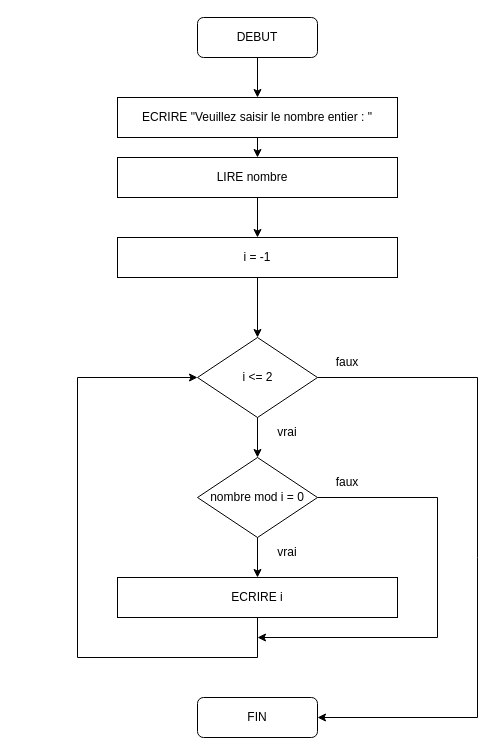
Earlier version of the draw.io diagram 01 ALGORITHMIQUE/3.4 Recherche des diviseurs d'un nombre.drawio (D-CRAVO/FORMATION-DWWM-2022). Source tidied: cells renumbered, new cells numbered last; positions are measured from the earlier drawing's top-left corner, leaving out a move shared by most shapes. Both pictures are drawn from the tidied source at 100%, with x=0, y=0 at pixel (77, 17).
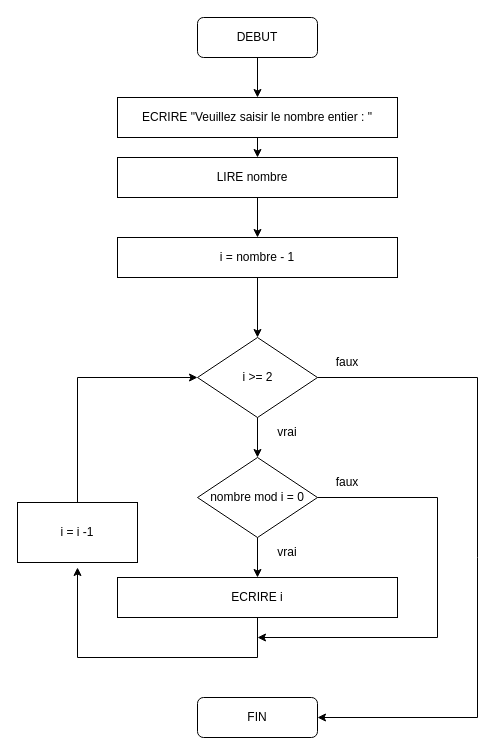
The same diagram, later.

Unchanged cells that the change refers to:
```xml
<mxCell id="12" style="rhombus;whiteSpace=wrap;html=1;fillColor=none;" parent="1" vertex="1">
  <mxGeometry x="120" y="320" width="120" height="80" as="geometry" />
</mxCell>
<mxCell id="22" style="rounded=0;whiteSpace=wrap;html=1;fillColor=none;" parent="1" vertex="1">
  <mxGeometry x="40" y="560" width="280" height="40" as="geometry" />
</mxCell>
```

What changed in the source:
```diff
@@
-    <mxCell id="15" value="i = -1" style="text;html=1;strokeColor=none;fillColor=none;align=center;verticalAlign=middle;whiteSpace=wrap;rounded=0;" parent="1" vertex="1">
-      <mxGeometry x="150" y="230" width="60" height="20" as="geometry" />
+    <mxCell id="15" value="i = nombre - 1" style="text;html=1;strokeColor=none;fillColor=none;align=center;verticalAlign=middle;whiteSpace=wrap;rounded=0;" parent="1" vertex="1">
+      <mxGeometry x="120" y="230" width="120" height="20" as="geometry" />
     </mxCell>
-    <mxCell id="16" value="i &amp;lt;= 2" style="text;html=1;strokeColor=none;fillColor=none;align=center;verticalAlign=middle;whiteSpace=wrap;rounded=0;" parent="1" vertex="1">
+    <mxCell id="16" value="i &amp;gt;= 2" style="text;html=1;strokeColor=none;fillColor=none;align=center;verticalAlign=middle;whiteSpace=wrap;rounded=0;" parent="1" vertex="1">
       <mxGeometry x="142.5" y="345" width="75" height="30" as="geometry" />
     </mxCell>
@@
-    <mxCell id="27" style="endArrow=classic;html=1;rounded=0;entryX=0;entryY=0.5;entryDx=0;entryDy=0;exitX=0.5;exitY=1;exitDx=0;exitDy=0;" parent="1" edge="1" source="22" target="12">
+    <mxCell id="27" style="endArrow=classic;html=1;rounded=0;exitX=0.5;exitY=1;exitDx=0;exitDy=0;" parent="1" edge="1" source="22">
       <mxGeometry relative="1" as="geometry">
+        <mxPoint y="550" as="targetPoint" />
         <Array as="points">
           <mxPoint x="180" y="640" />
           <mxPoint y="640" />
-          <mxPoint y="360" />
         </Array>
       </mxGeometry>
     </mxCell>
@@
+    <mxCell id="31" value="i = i -1" style="rounded=0;whiteSpace=wrap;html=1;fillColor=none;" parent="1" vertex="1">
+      <mxGeometry x="-60" y="485" width="120" height="60" as="geometry" />
+    </mxCell>
+    <mxCell id="32" style="endArrow=classic;html=1;rounded=0;entryX=0;entryY=0.5;entryDx=0;entryDy=0;exitX=0.5;exitY=0;exitDx=0;exitDy=0;" parent="1" edge="1" source="31" target="12">
+      <mxGeometry relative="1" as="geometry">
+        <Array as="points">
+          <mxPoint y="360" />
+        </Array>
+      </mxGeometry>
+    </mxCell>
```
